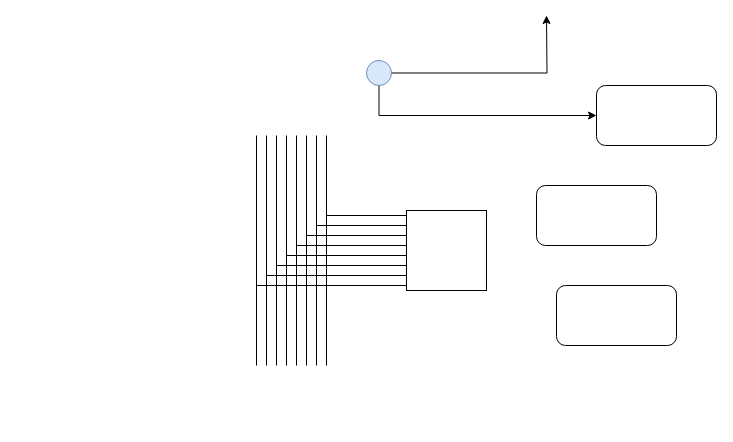
This is page "Page-6" (5 of 8) of DOC/diagrams.net/Diagram.drawio from DavidkaBenAvraham/Katia, a draw.io file, before an edit. Source tidied: cells renumbered, new cells numbered last; positions are measured from the earlier drawing's top-left corner, leaving out a move shared by most shapes. Both pictures are drawn from the tidied source at 100%, with x=0, y=0 at pixel (256, 15).
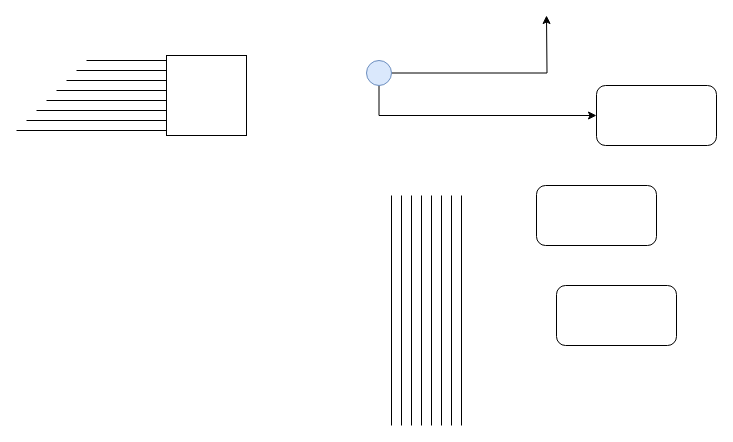
The same diagram, later.

Change to the diagram source:
```diff
@@
-    <mxCell id="8" style="group;fontFamily=Helvetica;fontSize=12;fontColor=default;fillColor=none;gradientColor=none;direction=south;rotation=0;" parent="1" vertex="1">
-      <mxGeometry y="120" width="230" height="230" as="geometry" />
-    </mxCell>
+    <mxCell id="26" style="group;" parent="1" vertex="1">
+      <mxGeometry x="135" y="180" width="70" height="230" as="geometry" />
+    </mxCell>
-    <mxCell id="9" style="endArrow=none;html=1;rounded=1;fontSize=14;fontFamily=Helvetica;fontColor=default;" parent="8" edge="1">
+    <mxCell id="9" style="endArrow=none;html=1;rounded=1;fontSize=14;fontFamily=Helvetica;fontColor=default;" parent="26" edge="1">
       <mxGeometry relative="1" as="geometry">
         <mxPoint x="60" y="230" as="sourcePoint" />
         <mxPoint x="60" as="targetPoint" />
       </mxGeometry>
     </mxCell>
-    <mxCell id="10" style="endArrow=none;html=1;rounded=1;fontSize=14;fontFamily=Helvetica;fontColor=default;" parent="8" edge="1">
-      <mxGeometry relative="1" as="geometry">
-        <mxPoint x="150" y="90" as="sourcePoint" />
-        <mxPoint x="60" y="90" as="targetPoint" />
-      </mxGeometry>
-    </mxCell>
-    <mxCell id="11" style="endArrow=none;html=1;rounded=1;fontSize=14;fontFamily=Helvetica;fontColor=default;" parent="8" edge="1">
+    <mxCell id="11" style="endArrow=none;html=1;rounded=1;fontSize=14;fontFamily=Helvetica;fontColor=default;" parent="26" edge="1">
       <mxGeometry relative="1" as="geometry">
         <mxPoint x="70" y="230" as="sourcePoint" />
         <mxPoint x="70" as="targetPoint" />
       </mxGeometry>
     </mxCell>
-    <mxCell id="12" style="endArrow=none;html=1;rounded=1;fontSize=14;fontFamily=Helvetica;fontColor=default;" parent="8" edge="1">
-      <mxGeometry relative="1" as="geometry">
-        <mxPoint x="150" y="80" as="sourcePoint" />
-        <mxPoint x="70" y="80" as="targetPoint" />
-      </mxGeometry>
-    </mxCell>
-    <mxCell id="13" style="endArrow=none;html=1;rounded=1;fontSize=14;fontFamily=Helvetica;fontColor=default;" parent="8" edge="1">
+    <mxCell id="13" style="endArrow=none;html=1;rounded=1;fontSize=14;fontFamily=Helvetica;fontColor=default;" parent="26" edge="1">
       <mxGeometry relative="1" as="geometry">
         <mxPoint x="50" y="230" as="sourcePoint" />
         <mxPoint x="50" as="targetPoint" />
       </mxGeometry>
     </mxCell>
-    <mxCell id="14" style="endArrow=none;html=1;rounded=1;fontSize=14;fontFamily=Helvetica;fontColor=default;" parent="8" edge="1">
-      <mxGeometry relative="1" as="geometry">
-        <mxPoint x="150" y="100" as="sourcePoint" />
-        <mxPoint x="50" y="100" as="targetPoint" />
-      </mxGeometry>
-    </mxCell>
-    <mxCell id="15" style="endArrow=none;html=1;rounded=1;fontSize=14;fontFamily=Helvetica;fontColor=default;" parent="8" edge="1">
+    <mxCell id="15" style="endArrow=none;html=1;rounded=1;fontSize=14;fontFamily=Helvetica;fontColor=default;" parent="26" edge="1">
       <mxGeometry relative="1" as="geometry">
         <mxPoint x="40" y="230" as="sourcePoint" />
         <mxPoint x="40" as="targetPoint" />
       </mxGeometry>
     </mxCell>
-    <mxCell id="16" style="endArrow=none;html=1;rounded=1;fontSize=14;fontFamily=Helvetica;fontColor=default;" parent="8" edge="1">
-      <mxGeometry relative="1" as="geometry">
-        <mxPoint x="150" y="110" as="sourcePoint" />
-        <mxPoint x="40" y="110" as="targetPoint" />
-      </mxGeometry>
-    </mxCell>
-    <mxCell id="17" style="endArrow=none;html=1;rounded=1;fontSize=14;fontFamily=Helvetica;fontColor=default;" parent="8" edge="1">
+    <mxCell id="17" style="endArrow=none;html=1;rounded=1;fontSize=14;fontFamily=Helvetica;fontColor=default;" parent="26" edge="1">
       <mxGeometry relative="1" as="geometry">
         <mxPoint x="30" y="230" as="sourcePoint" />
         <mxPoint x="30" as="targetPoint" />
       </mxGeometry>
     </mxCell>
-    <mxCell id="18" style="endArrow=none;html=1;rounded=1;fontSize=14;fontFamily=Helvetica;fontColor=default;" parent="8" edge="1">
-      <mxGeometry relative="1" as="geometry">
-        <mxPoint x="150" y="120" as="sourcePoint" />
-        <mxPoint x="30" y="120" as="targetPoint" />
-      </mxGeometry>
-    </mxCell>
-    <mxCell id="19" style="endArrow=none;html=1;rounded=1;fontSize=14;fontFamily=Helvetica;fontColor=default;" parent="8" edge="1">
+    <mxCell id="19" style="endArrow=none;html=1;rounded=1;fontSize=14;fontFamily=Helvetica;fontColor=default;" parent="26" edge="1">
       <mxGeometry relative="1" as="geometry">
         <mxPoint x="20" y="230" as="sourcePoint" />
         <mxPoint x="20" as="targetPoint" />
       </mxGeometry>
     </mxCell>
-    <mxCell id="20" style="endArrow=none;html=1;rounded=1;fontSize=14;fontFamily=Helvetica;fontColor=default;" parent="8" edge="1">
-      <mxGeometry relative="1" as="geometry">
-        <mxPoint x="150" y="130" as="sourcePoint" />
-        <mxPoint x="20" y="130" as="targetPoint" />
-      </mxGeometry>
-    </mxCell>
-    <mxCell id="21" style="endArrow=none;html=1;rounded=1;fontSize=14;fontFamily=Helvetica;fontColor=default;" parent="8" edge="1">
+    <mxCell id="21" style="endArrow=none;html=1;rounded=1;fontSize=14;fontFamily=Helvetica;fontColor=default;" parent="26" edge="1">
       <mxGeometry relative="1" as="geometry">
         <mxPoint x="10" y="230" as="sourcePoint" />
         <mxPoint x="10" as="targetPoint" />
       </mxGeometry>
     </mxCell>
-    <mxCell id="22" style="endArrow=none;html=1;rounded=1;fontSize=14;fontFamily=Helvetica;fontColor=default;" parent="8" edge="1">
-      <mxGeometry relative="1" as="geometry">
-        <mxPoint x="150" y="140" as="sourcePoint" />
-        <mxPoint x="10" y="140" as="targetPoint" />
-      </mxGeometry>
-    </mxCell>
-    <mxCell id="23" style="endArrow=none;html=1;rounded=1;fontSize=14;fontFamily=Helvetica;fontColor=default;" parent="8" edge="1">
+    <mxCell id="23" style="endArrow=none;html=1;rounded=1;fontSize=14;fontFamily=Helvetica;fontColor=default;" parent="26" edge="1">
       <mxGeometry relative="1" as="geometry">
         <mxPoint y="230" as="sourcePoint" />
         <mxPoint as="targetPoint" />
       </mxGeometry>
     </mxCell>
-    <mxCell id="24" style="endArrow=none;html=1;rounded=1;fontSize=14;fontFamily=Helvetica;fontColor=default;" parent="8" edge="1">
-      <mxGeometry relative="1" as="geometry">
-        <mxPoint x="150" y="150" as="sourcePoint" />
-        <mxPoint y="150" as="targetPoint" />
-      </mxGeometry>
-    </mxCell>
-    <mxCell id="25" style="whiteSpace=wrap;html=1;fontFamily=Helvetica;fontSize=12;fontColor=default;fillColor=none;gradientColor=none;rotation=-90;" parent="8" vertex="1">
-      <mxGeometry x="150" y="75" width="80" height="80" as="geometry" />
-    </mxCell>
+    <mxCell id="27" style="group;" parent="1" vertex="1">
+      <mxGeometry x="-240" y="40" width="230" height="80" as="geometry" />
+    </mxCell>
+    <mxCell id="28" style="endArrow=none;html=1;rounded=1;fontSize=14;fontFamily=Helvetica;fontColor=default;" parent="27" edge="1">
+      <mxGeometry relative="1" as="geometry">
+        <mxPoint x="150" y="15" as="sourcePoint" />
+        <mxPoint x="60" y="15" as="targetPoint" />
+      </mxGeometry>
+    </mxCell>
+    <mxCell id="29" style="endArrow=none;html=1;rounded=1;fontSize=14;fontFamily=Helvetica;fontColor=default;" parent="27" edge="1">
+      <mxGeometry relative="1" as="geometry">
+        <mxPoint x="150" y="5" as="sourcePoint" />
+        <mxPoint x="70" y="5" as="targetPoint" />
+      </mxGeometry>
+    </mxCell>
+    <mxCell id="30" style="endArrow=none;html=1;rounded=1;fontSize=14;fontFamily=Helvetica;fontColor=default;" parent="27" edge="1">
+      <mxGeometry relative="1" as="geometry">
+        <mxPoint x="150" y="25" as="sourcePoint" />
+        <mxPoint x="50" y="25" as="targetPoint" />
+      </mxGeometry>
+    </mxCell>
+    <mxCell id="31" style="endArrow=none;html=1;rounded=1;fontSize=14;fontFamily=Helvetica;fontColor=default;" parent="27" edge="1">
+      <mxGeometry relative="1" as="geometry">
+        <mxPoint x="150" y="35" as="sourcePoint" />
+        <mxPoint x="40" y="35" as="targetPoint" />
+      </mxGeometry>
+    </mxCell>
+    <mxCell id="32" style="endArrow=none;html=1;rounded=1;fontSize=14;fontFamily=Helvetica;fontColor=default;" parent="27" edge="1">
+      <mxGeometry relative="1" as="geometry">
+        <mxPoint x="150" y="45" as="sourcePoint" />
+        <mxPoint x="30" y="45" as="targetPoint" />
+      </mxGeometry>
+    </mxCell>
+    <mxCell id="33" style="endArrow=none;html=1;rounded=1;fontSize=14;fontFamily=Helvetica;fontColor=default;" parent="27" edge="1">
+      <mxGeometry relative="1" as="geometry">
+        <mxPoint x="150" y="55" as="sourcePoint" />
+        <mxPoint x="20" y="55" as="targetPoint" />
+      </mxGeometry>
+    </mxCell>
+    <mxCell id="34" style="endArrow=none;html=1;rounded=1;fontSize=14;fontFamily=Helvetica;fontColor=default;" parent="27" edge="1">
+      <mxGeometry relative="1" as="geometry">
+        <mxPoint x="150" y="65" as="sourcePoint" />
+        <mxPoint x="10" y="65" as="targetPoint" />
+      </mxGeometry>
+    </mxCell>
+    <mxCell id="35" style="endArrow=none;html=1;rounded=1;fontSize=14;fontFamily=Helvetica;fontColor=default;" parent="27" edge="1">
+      <mxGeometry relative="1" as="geometry">
+        <mxPoint x="150" y="75" as="sourcePoint" />
+        <mxPoint y="75" as="targetPoint" />
+      </mxGeometry>
+    </mxCell>
+    <mxCell id="36" style="whiteSpace=wrap;html=1;fontFamily=Helvetica;fontSize=12;fontColor=default;fillColor=none;gradientColor=none;rotation=-90;" parent="27" vertex="1">
+      <mxGeometry x="150" width="80" height="80" as="geometry" />
+    </mxCell>
```
